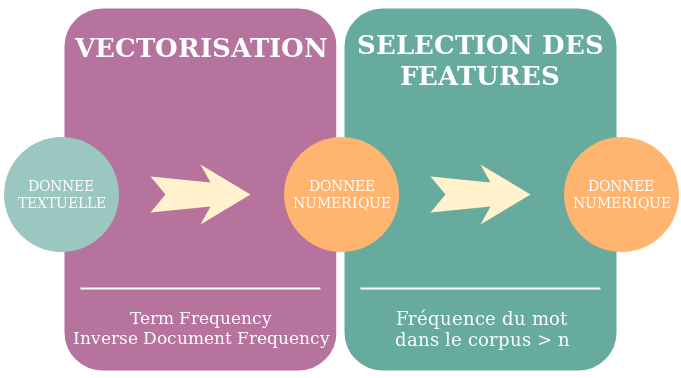
Above: Documents/Présentation/images/features.png in anonbnr/HMIN232M_Project (draw.io), before the change. Source tidied: cells renumbered, new cells last; positions are measured from the earlier drawing's top-left corner, leaving out a move shared by most shapes.
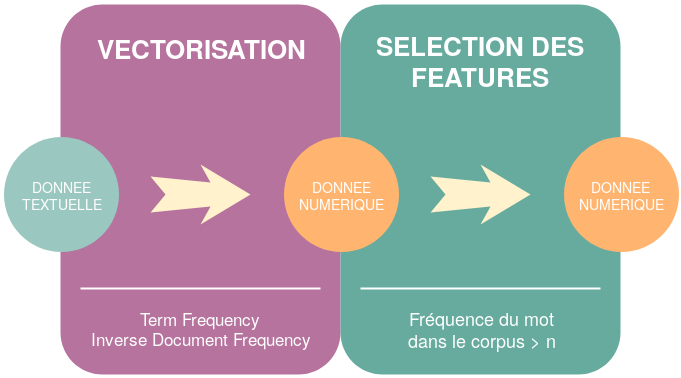
After the commit.

Change to the diagram source:
```diff
@@ -2,7 +2,7 @@
   <root>
     <mxCell id="0" />
     <mxCell id="1" parent="0" />
-    <mxCell id="2" style="whiteSpace=wrap;html=1;rounded=1;shadow=0;strokeWidth=8;fontSize=20;align=center;fillColor=#B5739D;strokeColor=#FFFFFF;gradientColor=none;" parent="1" vertex="1">
+    <mxCell id="2" style="whiteSpace=wrap;html=1;rounded=1;shadow=0;strokeWidth=8;fontSize=20;align=center;fillColor=#B5739D;strokeColor=none;gradientColor=none;" parent="1" vertex="1">
       <mxGeometry x="57" width="280" height="370" as="geometry" />
     </mxCell>
     <mxCell id="3" value="VECTORISATION" style="text;html=1;strokeColor=none;fillColor=none;align=center;verticalAlign=middle;whiteSpace=wrap;rounded=0;shadow=0;fontSize=26;fontColor=#FFFFFF;fontStyle=1;" parent="1" vertex="1">
@@ -20,7 +20,7 @@
     <mxCell id="7" style="html=1;shadow=0;dashed=0;align=center;verticalAlign=middle;shape=mxgraph.arrows2.stylisedArrow;dy=0.6;dx=40;notch=15;feather=0.4;rounded=0;strokeWidth=1;fontSize=27;strokeColor=none;fillColor=#fff2cc;" parent="1" vertex="1">
       <mxGeometry x="147" y="160" width="100" height="60" as="geometry" />
     </mxCell>
-    <mxCell id="8" style="whiteSpace=wrap;html=1;rounded=1;shadow=0;strokeWidth=8;fontSize=20;align=center;fillColor=#67AB9F;strokeColor=#FFFFFF;" parent="1" vertex="1">
+    <mxCell id="8" style="whiteSpace=wrap;html=1;rounded=1;shadow=0;strokeWidth=8;fontSize=20;align=center;fillColor=#67AB9F;strokeColor=none;" parent="1" vertex="1">
       <mxGeometry x="337" width="280" height="370" as="geometry" />
     </mxCell>
     <mxCell id="9" value="SELECTION DES FEATURES" style="text;html=1;strokeColor=none;fillColor=none;align=center;verticalAlign=middle;whiteSpace=wrap;rounded=0;shadow=0;fontSize=26;fontColor=#FFFFFF;fontStyle=1;" parent="1" vertex="1">
```
